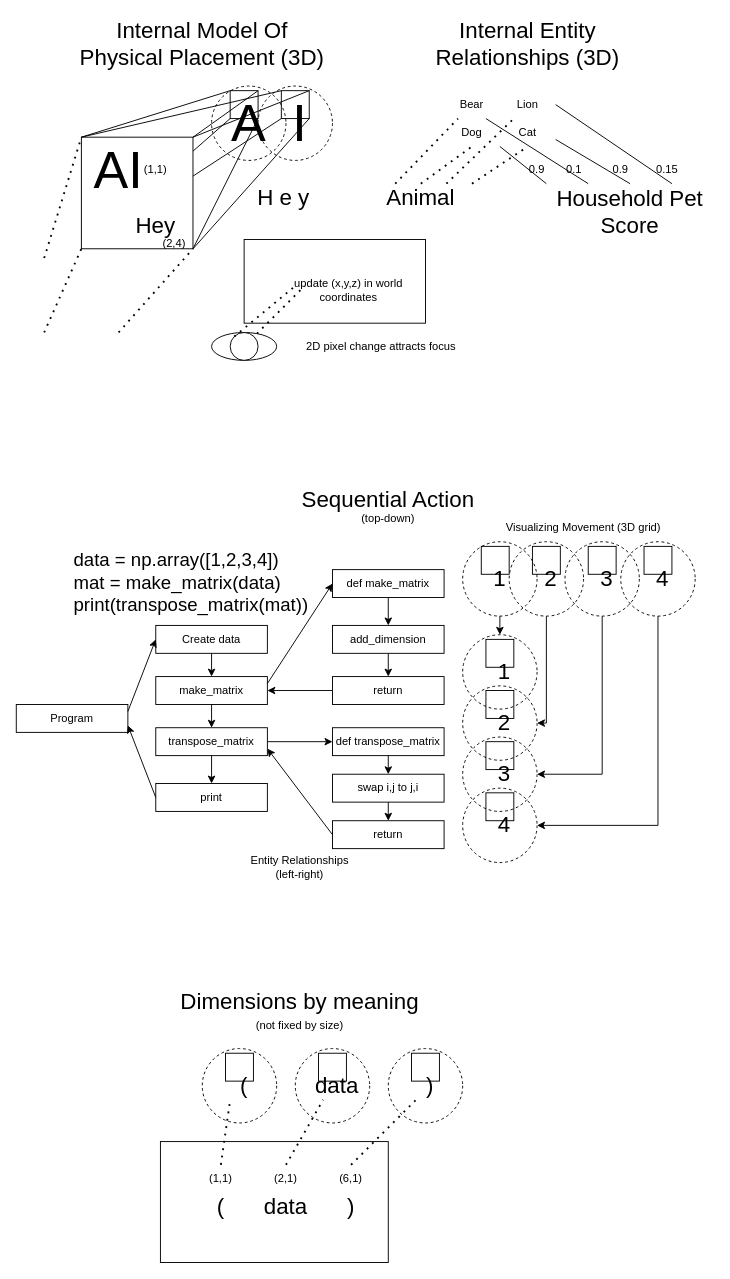
djsamseng/BusinessPlan keeps this draw.io diagram as VisionSystem.drawio. Above is the earlier version. Source tidied: cells renumbered, new cells numbered last; positions are measured from the earlier drawing's top-left corner, leaving out a move shared by most shapes. Both pictures are drawn from the tidied source at 93%, with x=0, y=0 at pixel (16, 16).
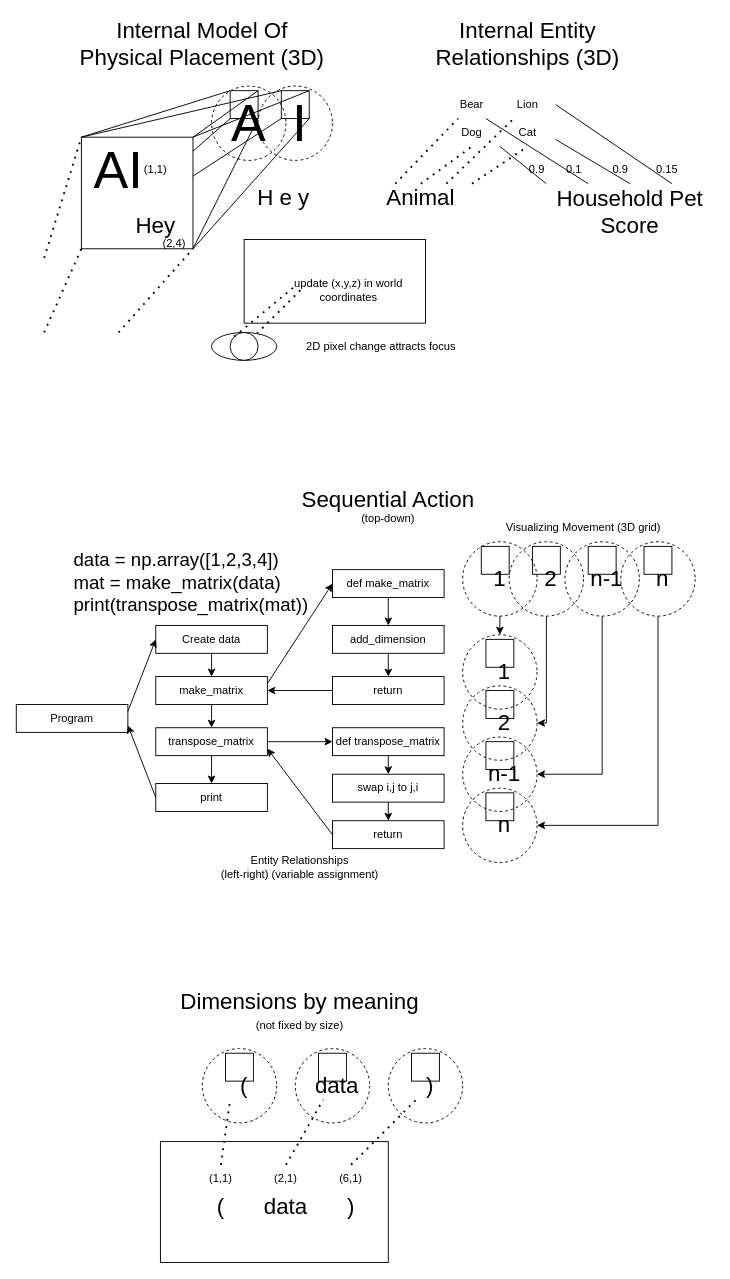
Above is the later version.

The edit, as a diff of the source:
```diff
@@
-    <mxCell id="88" value="&lt;font style=&quot;font-size: 24px;&quot;&gt;3&lt;/font&gt;" style="text;html=1;strokeColor=none;fillColor=none;align=center;verticalAlign=middle;whiteSpace=wrap;rounded=0;" parent="1" vertex="1">
+    <mxCell id="88" value="&lt;font style=&quot;font-size: 24px;&quot;&gt;n-1&lt;/font&gt;" style="text;html=1;strokeColor=none;fillColor=none;align=center;verticalAlign=middle;whiteSpace=wrap;rounded=0;" parent="1" vertex="1">
       <mxGeometry x="605" y="590" width="60" height="30" as="geometry" />
     </mxCell>
@@
-    <mxCell id="92" value="&lt;font style=&quot;font-size: 24px;&quot;&gt;4&lt;/font&gt;" style="text;html=1;strokeColor=none;fillColor=none;align=center;verticalAlign=middle;whiteSpace=wrap;rounded=0;" parent="1" vertex="1">
+    <mxCell id="92" value="&lt;font style=&quot;font-size: 24px;&quot;&gt;n&lt;/font&gt;" style="text;html=1;strokeColor=none;fillColor=none;align=center;verticalAlign=middle;whiteSpace=wrap;rounded=0;" parent="1" vertex="1">
       <mxGeometry x="665" y="590" width="60" height="30" as="geometry" />
     </mxCell>
@@
-    <mxCell id="95" value="&lt;font style=&quot;font-size: 24px;&quot;&gt;4&lt;/font&gt;" style="text;html=1;strokeColor=none;fillColor=none;align=center;verticalAlign=middle;whiteSpace=wrap;rounded=0;" parent="1" vertex="1">
+    <mxCell id="95" value="&lt;font style=&quot;font-size: 24px;&quot;&gt;n&lt;/font&gt;" style="text;html=1;strokeColor=none;fillColor=none;align=center;verticalAlign=middle;whiteSpace=wrap;rounded=0;" parent="1" vertex="1">
       <mxGeometry x="495" y="855" width="60" height="30" as="geometry" />
     </mxCell>
@@
-    <mxCell id="98" value="&lt;font style=&quot;font-size: 24px;&quot;&gt;3&lt;/font&gt;" style="text;html=1;strokeColor=none;fillColor=none;align=center;verticalAlign=middle;whiteSpace=wrap;rounded=0;" parent="1" vertex="1">
+    <mxCell id="98" value="&lt;font style=&quot;font-size: 24px;&quot;&gt;n-1&lt;/font&gt;" style="text;html=1;strokeColor=none;fillColor=none;align=center;verticalAlign=middle;whiteSpace=wrap;rounded=0;" parent="1" vertex="1">
       <mxGeometry x="495" y="800" width="60" height="30" as="geometry" />
     </mxCell>
@@
-    <mxCell id="108" value="&lt;font style=&quot;font-size: 12px;&quot;&gt;Entity Relationships &lt;br&gt;(left-right)&lt;/font&gt;" style="text;html=1;strokeColor=none;fillColor=none;align=center;verticalAlign=middle;whiteSpace=wrap;rounded=0;" parent="1" vertex="1">
+    <mxCell id="108" value="&lt;font style=&quot;font-size: 12px;&quot;&gt;Entity Relationships &lt;br&gt;(left-right) (variable assignment)&lt;/font&gt;" style="text;html=1;strokeColor=none;fillColor=none;align=center;verticalAlign=middle;whiteSpace=wrap;rounded=0;" parent="1" vertex="1">
       <mxGeometry x="165" y="885" width="280" height="60" as="geometry" />
     </mxCell>
```
